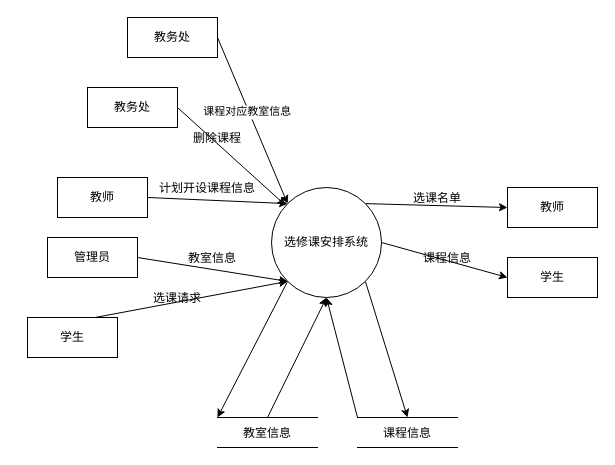
Before: 明星管理系统数据流图.drawio in xinhecuican/draw, a draw.io diagram. Source tidied: cells renumbered, new cells numbered last; positions are measured from the earlier drawing's top-left corner, leaving out a move shared by most shapes. Both pictures are drawn from the tidied source at 100%, with x=0, y=0 at pixel (27, 17).
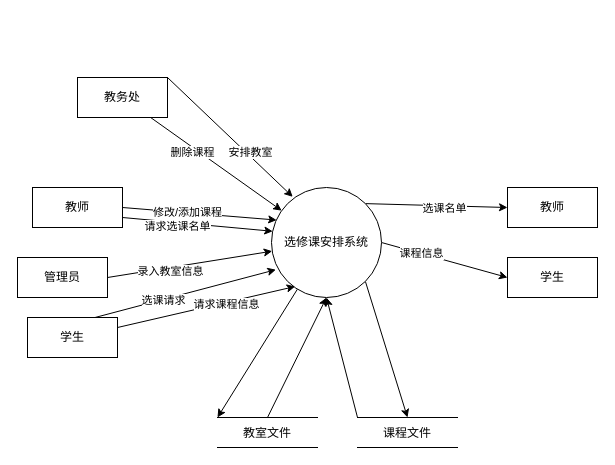
The same diagram, later.

Commit message (it also covers changes not shown here):
更新明星管理系统数据流图.drawio

Unchanged cells that the change refers to:
```xml
<mxCell id="4" style="edgeStyle=none;rounded=0;jettySize=auto;exitX=1;exitY=0;exitDx=0;exitDy=0;entryX=0;entryY=0.5;entryDx=0;entryDy=0;" parent="1" edge="1" source="8" target="9">
  <mxGeometry relative="1" as="geometry" />
</mxCell>
<mxCell id="5" style="edgeStyle=none;rounded=0;jettySize=auto;exitX=1;exitY=0.5;exitDx=0;exitDy=0;entryX=0;entryY=0.5;entryDx=0;entryDy=0;" parent="1" edge="1" source="8" target="10">
  <mxGeometry relative="1" as="geometry" />
</mxCell>
<mxCell id="8" value="选修课安排系统" style="ellipse;whiteSpace=wrap;" parent="1" vertex="1">
  <mxGeometry x="244" y="170" width="110" height="110" as="geometry" />
</mxCell>
<mxCell id="18" value="学生" style="rounded=0;whiteSpace=wrap;" parent="1" vertex="1">
  <mxGeometry y="300" width="90" height="40" as="geometry" />
</mxCell>
```

Change to the diagram source:
```diff
@@
-    <mxCell id="2" style="rounded=0;jettySize=auto;exitX=1;exitY=0.5;exitDx=0;exitDy=0;entryX=0;entryY=0;entryDx=0;entryDy=0;" parent="1" edge="1" source="3" target="8">
+    <mxCell id="2" style="rounded=0;jettySize=auto;exitX=1;exitY=0.5;exitDx=0;exitDy=0;entryX=0.047;entryY=0.296;entryDx=0;entryDy=0;entryPerimeter=0;" parent="1" edge="1" source="3" target="8">
       <mxGeometry relative="1" as="geometry" />
     </mxCell>
+    <mxCell id="30" value="修改/添加课程" style="edgeLabel;html=1;align=center;verticalAlign=middle;" parent="2" vertex="1">
+      <mxGeometry x="-0.16" y="1" relative="1" as="geometry" />
+    </mxCell>
+    <mxCell id="31" style="edgeStyle=none;rounded=0;jettySize=auto;html=0;exitX=1;exitY=0.75;exitDx=0;exitDy=0;entryX=0.011;entryY=0.398;entryDx=0;entryDy=0;entryPerimeter=0;" parent="1" edge="1" source="3" target="8">
+      <mxGeometry relative="1" as="geometry" />
+    </mxCell>
+    <mxCell id="32" value="请求选课名单" style="edgeLabel;html=1;align=center;verticalAlign=middle;" parent="31" vertex="1">
+      <mxGeometry x="-0.27" y="-3" relative="1" as="geometry" />
+    </mxCell>
     <mxCell id="3" value="教师" style="rounded=0;whiteSpace=wrap;" parent="1" vertex="1">
-      <mxGeometry x="30" y="160" width="90" height="40" as="geometry" />
+      <mxGeometry x="5" y="170" width="90" height="40" as="geometry" />
     </mxCell>
@@
+    <mxCell id="12" value="选课名单" style="edgeLabel;html=1;align=center;verticalAlign=middle;" parent="4" vertex="1">
+      <mxGeometry x="0.11" y="-2" relative="1" as="geometry" />
+    </mxCell>
@@
+    <mxCell id="13" value="课程信息" style="edgeLabel;html=1;align=center;verticalAlign=middle;" parent="5" vertex="1">
+      <mxGeometry x="-0.37" y="1" relative="1" as="geometry" />
+    </mxCell>
-    <mxCell id="6" style="edgeStyle=none;rounded=0;jettySize=auto;exitX=0;exitY=1;exitDx=0;exitDy=0;entryX=0;entryY=0;entryDx=0;entryDy=0;" parent="1" edge="1" source="8" target="27">
+    <mxCell id="6" style="edgeStyle=none;rounded=0;jettySize=auto;entryX=0;entryY=0;entryDx=0;entryDy=0;" parent="1" edge="1" source="8" target="27">
       <mxGeometry relative="1" as="geometry" />
     </mxCell>
@@
-    <mxCell id="11" value="计划开设课程信息" style="text;align=center;verticalAlign=middle;strokeColor=none;fillColor=none;" parent="1" vertex="1">
-      <mxGeometry x="125" y="160" width="110" height="20" as="geometry" />
-    </mxCell>
-    <mxCell id="12" value="选课名单" style="text;align=center;verticalAlign=middle;strokeColor=none;fillColor=none;" parent="1" vertex="1">
-      <mxGeometry x="380" y="170" width="60" height="20" as="geometry" />
-    </mxCell>
-    <mxCell id="13" value="课程信息" style="text;align=center;verticalAlign=middle;strokeColor=none;fillColor=none;" parent="1" vertex="1">
-      <mxGeometry x="390" y="230" width="60" height="20" as="geometry" />
-    </mxCell>
-    <mxCell id="14" style="edgeStyle=none;rounded=0;jettySize=auto;exitX=1;exitY=0.5;exitDx=0;exitDy=0;entryX=0;entryY=1;entryDx=0;entryDy=0;" parent="1" edge="1" source="15" target="8">
+    <mxCell id="14" style="edgeStyle=none;rounded=0;jettySize=auto;exitX=1;exitY=0.5;exitDx=0;exitDy=0;" parent="1" edge="1" source="15" target="8">
       <mxGeometry relative="1" as="geometry" />
     </mxCell>
+    <mxCell id="33" value="录入教室信息" style="edgeLabel;html=1;align=center;verticalAlign=middle;" parent="14" vertex="1">
+      <mxGeometry x="-0.24" y="-3" relative="1" as="geometry" />
+    </mxCell>
     <mxCell id="15" value="管理员" style="rounded=0;whiteSpace=wrap;" parent="1" vertex="1">
-      <mxGeometry x="20" y="220" width="90" height="40" as="geometry" />
+      <mxGeometry x="-10" y="240" width="90" height="40" as="geometry" />
     </mxCell>
-    <mxCell id="16" value="教室信息" style="text;align=center;verticalAlign=middle;strokeColor=none;fillColor=none;" parent="1" vertex="1">
-      <mxGeometry x="155" y="230" width="60" height="20" as="geometry" />
-    </mxCell>
-    <mxCell id="17" style="edgeStyle=none;rounded=0;jettySize=auto;exitX=0.75;exitY=0;exitDx=0;exitDy=0;entryX=0;entryY=1;entryDx=0;entryDy=0;" parent="1" edge="1" source="18" target="8">
+    <mxCell id="17" style="edgeStyle=none;rounded=0;jettySize=auto;exitX=0.75;exitY=0;exitDx=0;exitDy=0;entryX=0.04;entryY=0.747;entryDx=0;entryDy=0;entryPerimeter=0;" parent="1" edge="1" source="18" target="8">
       <mxGeometry relative="1" as="geometry" />
     </mxCell>
+    <mxCell id="19" value="选课请求" style="edgeLabel;html=1;align=center;verticalAlign=middle;" parent="17" vertex="1">
+      <mxGeometry x="-0.25" relative="1" as="geometry" />
+    </mxCell>
+    <mxCell id="34" style="edgeStyle=none;rounded=0;jettySize=auto;html=0;exitX=1;exitY=0.25;exitDx=0;exitDy=0;entryX=0.215;entryY=0.9;entryDx=0;entryDy=0;entryPerimeter=0;" parent="1" edge="1" source="18" target="8">
+      <mxGeometry relative="1" as="geometry" />
+    </mxCell>
+    <mxCell id="35" value="请求课程信息" style="edgeLabel;html=1;align=center;verticalAlign=middle;" parent="34" vertex="1">
+      <mxGeometry x="0.22" y="-2" relative="1" as="geometry" />
+    </mxCell>
@@
-    <mxCell id="19" value="选课请求" style="text;align=center;verticalAlign=middle;strokeColor=none;fillColor=none;" parent="1" vertex="1">
-      <mxGeometry x="120" y="270" width="60" height="20" as="geometry" />
-    </mxCell>
-    <mxCell id="20" style="edgeStyle=none;rounded=0;jettySize=auto;exitX=1;exitY=0.5;exitDx=0;exitDy=0;" parent="1" edge="1" source="21" target="8">
+    <mxCell id="20" style="edgeStyle=none;rounded=0;jettySize=auto;" parent="1" edge="1" source="21" target="8">
       <mxGeometry relative="1" as="geometry" />
     </mxCell>
+    <mxCell id="22" value="删除课程" style="edgeLabel;html=1;align=center;verticalAlign=middle;" parent="20" vertex="1">
+      <mxGeometry x="-0.33" y="-4" relative="1" as="geometry" />
+    </mxCell>
     <mxCell id="21" value="教务处" style="rounded=0;whiteSpace=wrap;" parent="1" vertex="1">
-      <mxGeometry x="60" y="70" width="90" height="40" as="geometry" />
+      <mxGeometry x="50" y="60" width="90" height="40" as="geometry" />
     </mxCell>
-    <mxCell id="22" value="删除课程" style="text;align=center;verticalAlign=middle;strokeColor=none;fillColor=none;" parent="1" vertex="1">
-      <mxGeometry x="160" y="110" width="60" height="20" as="geometry" />
-    </mxCell>
-    <mxCell id="23" style="edgeStyle=none;rounded=0;jettySize=auto;exitX=1;exitY=0.5;exitDx=0;exitDy=0;entryX=0;entryY=0;entryDx=0;entryDy=0;" parent="1" edge="1" source="25" target="8">
+    <mxCell id="23" style="edgeStyle=none;rounded=0;jettySize=auto;exitX=1;exitY=0;exitDx=0;exitDy=0;entryX=0.193;entryY=0.085;entryDx=0;entryDy=0;entryPerimeter=0;" parent="1" edge="1" source="21" target="8">
       <mxGeometry relative="1" as="geometry" />
     </mxCell>
-    <mxCell id="24" value="课程对应教室信息" style="edgeLabel;align=center;verticalAlign=middle;" parent="23" vertex="1">
-      <mxGeometry x="-0.12" y="-1" relative="1" as="geometry" />
-    </mxCell>
-    <mxCell id="25" value="教务处" style="rounded=0;whiteSpace=wrap;" parent="1" vertex="1">
-      <mxGeometry x="100" width="90" height="40" as="geometry" />
-    </mxCell>
+    <mxCell id="36" value="安排教室" style="edgeLabel;html=1;align=center;verticalAlign=middle;" parent="23" vertex="1">
+      <mxGeometry x="0.28" y="3" relative="1" as="geometry" />
+    </mxCell>
@@
-    <mxCell id="27" value="教室信息" style="dashed=0;whitespace=wrap;shape=partialRectangle;right=0;left=0;" parent="1" vertex="1">
+    <mxCell id="27" value="教室文件" style="dashed=0;whitespace=wrap;shape=partialRectangle;right=0;left=0;" parent="1" vertex="1">
       <mxGeometry x="190" y="400" width="100" height="30" as="geometry" />
     </mxCell>
@@
-    <mxCell id="29" value="课程信息" style="dashed=0;whitespace=wrap;shape=partialRectangle;right=0;left=0;" parent="1" vertex="1">
+    <mxCell id="29" value="课程文件" style="dashed=0;whitespace=wrap;shape=partialRectangle;right=0;left=0;" parent="1" vertex="1">
       <mxGeometry x="330" y="400" width="100" height="30" as="geometry" />
     </mxCell>
```
